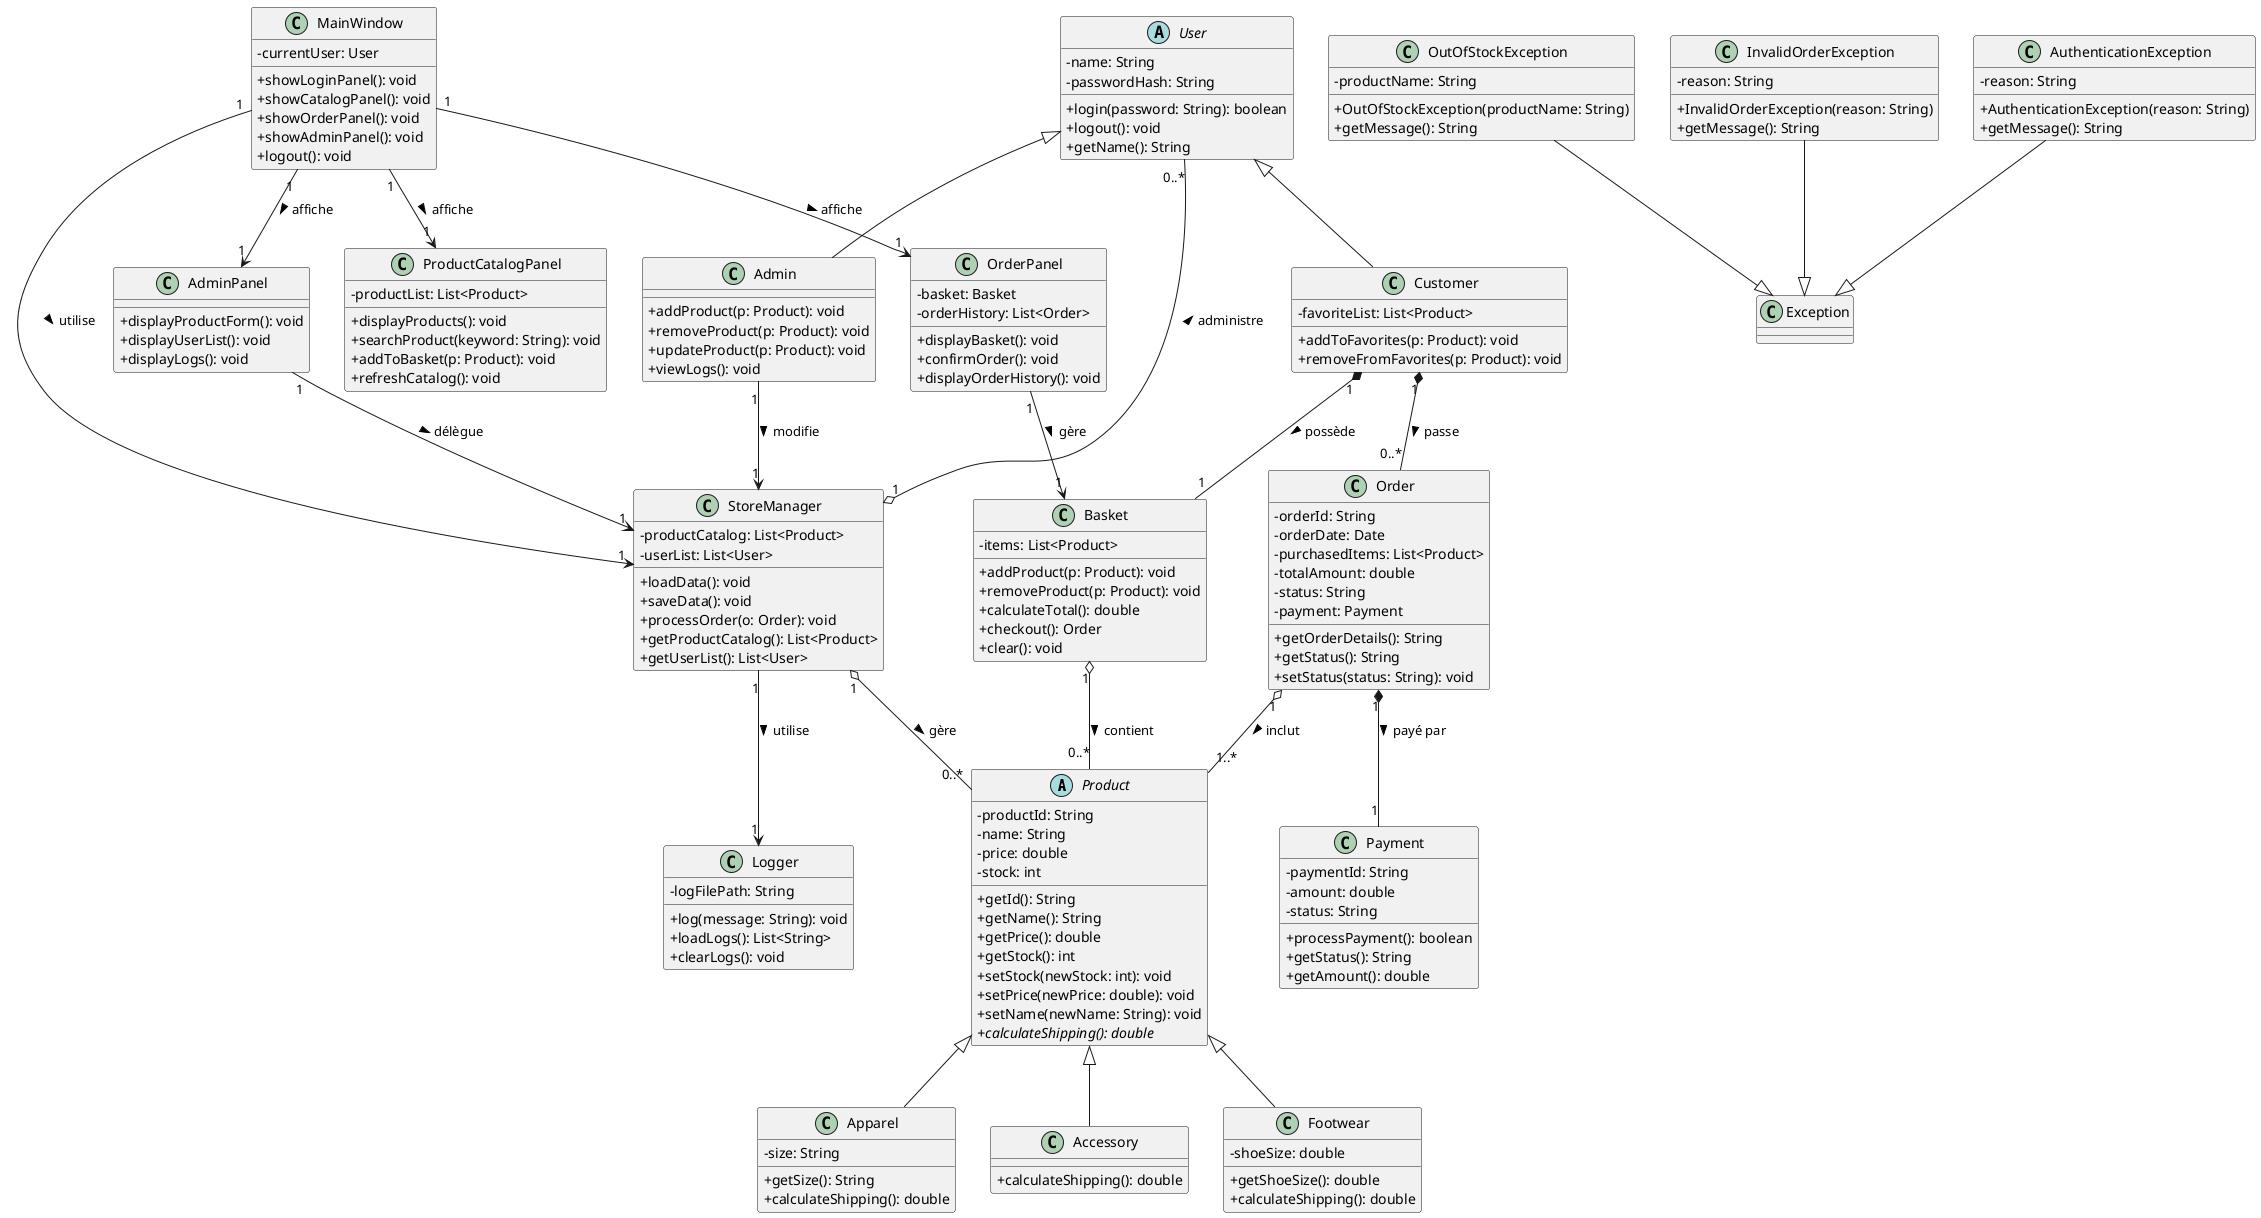
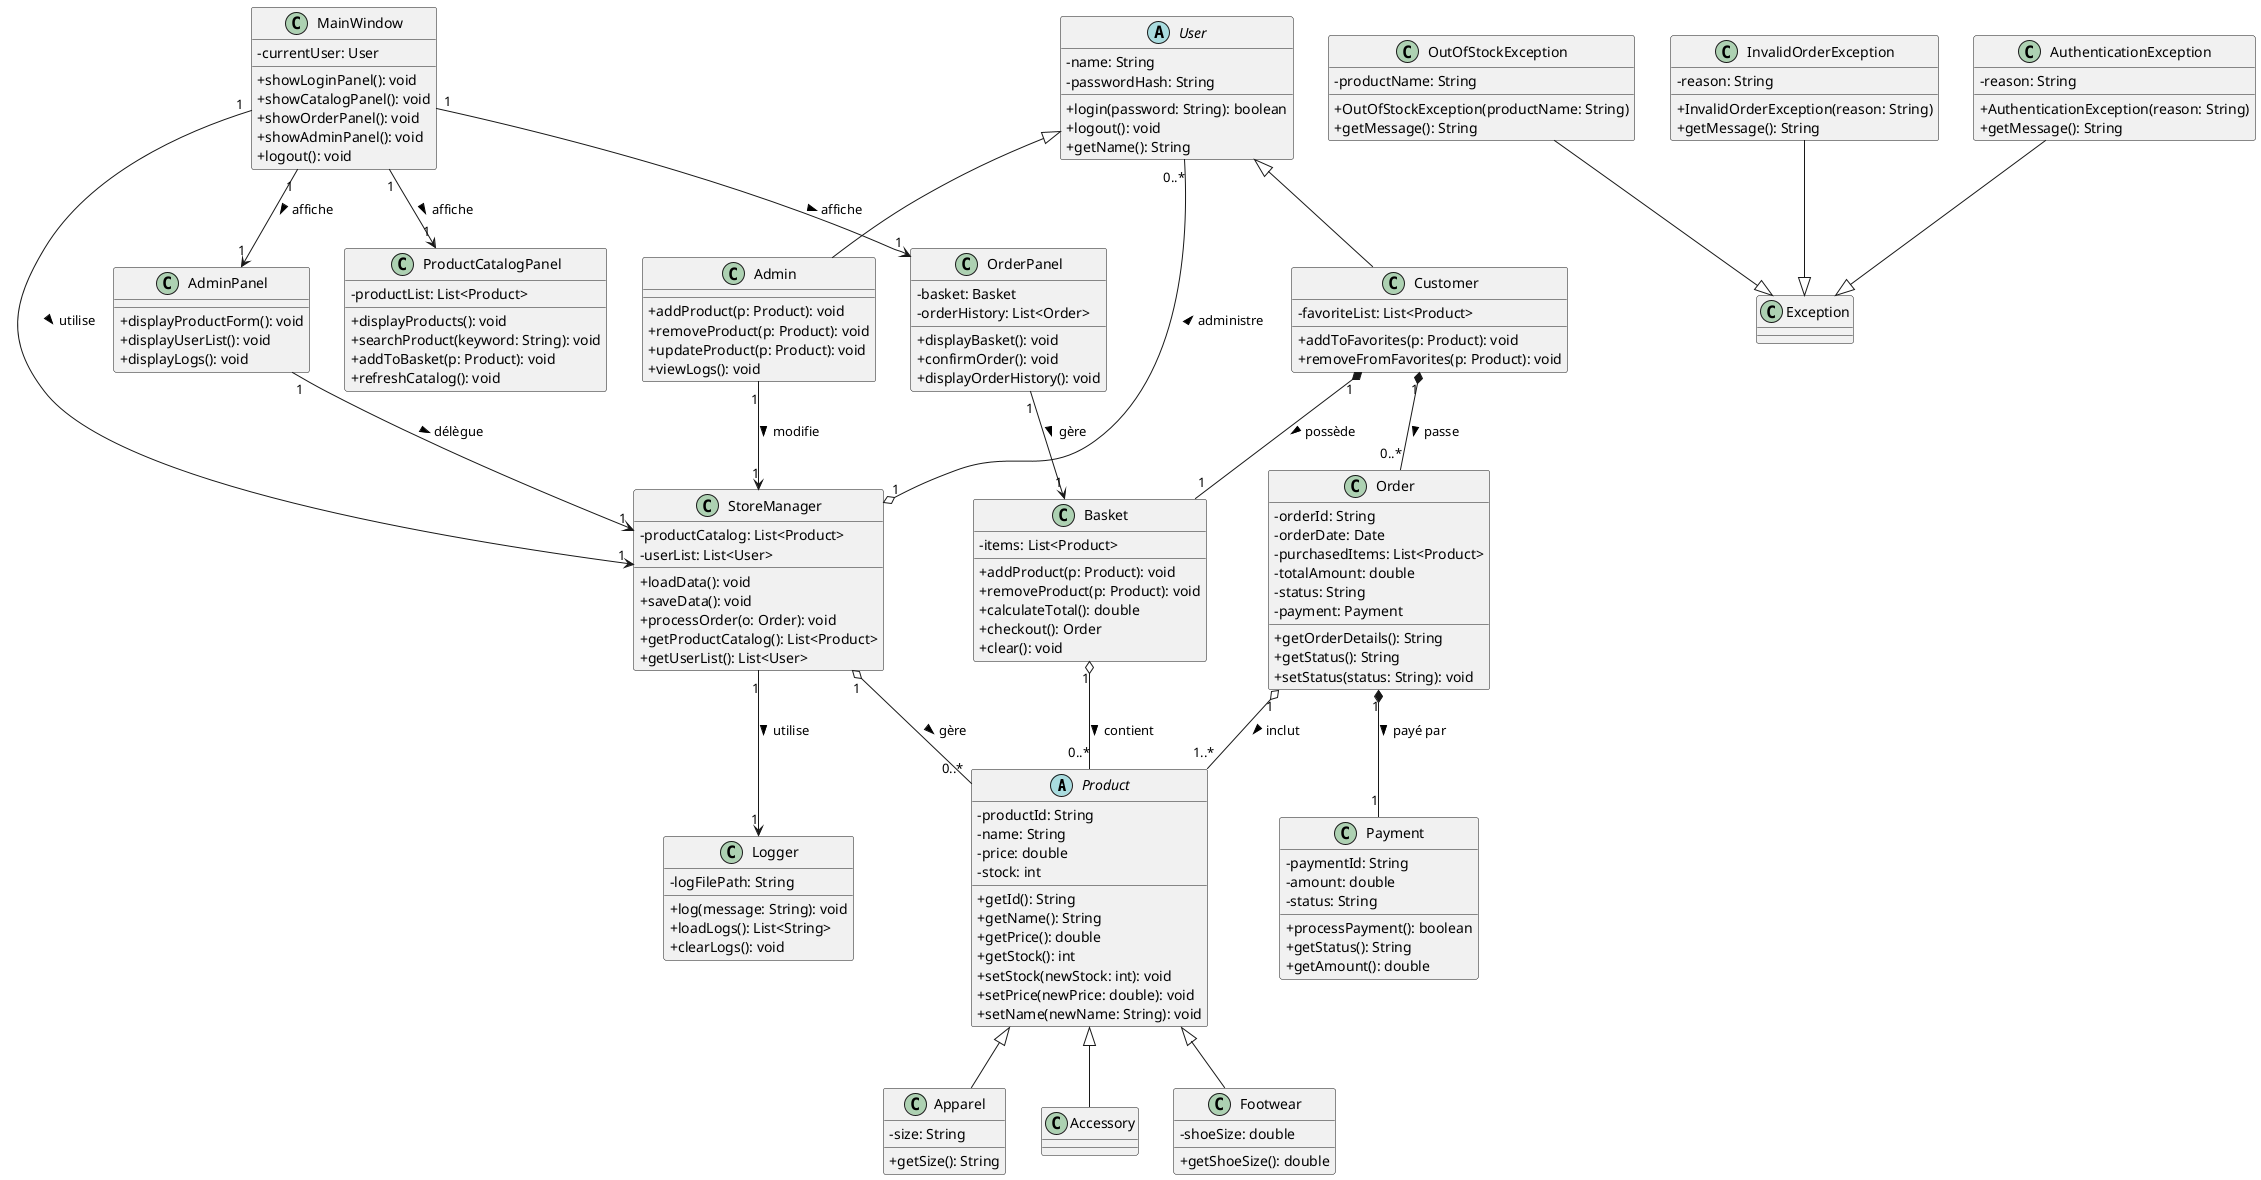
@startuml graph.puml
skinparam classAttributeIconSize 0

' --- ABSTRACT CLASS ---
abstract class Product {
    - productId: String
    - name: String
    - price: double
    - stock: int
    + getId(): String
    + getName(): String
    + getPrice(): double
    + getStock(): int
    + setStock(newStock: int): void
    + setPrice(newPrice: double): void
    + setName(newName: String): void
-     + {abstract} calculateShipping(): double
}

' --- PRODUCT SUBCLASSES ---
class Apparel {
    - size: String
    + getSize(): String
-     + calculateShipping(): double
}

class Accessory {
-     + calculateShipping(): double
}

class Footwear {
    - shoeSize: double
    + getShoeSize(): double
-     + calculateShipping(): double
}

Product <|-- Apparel
Product <|-- Accessory
Product <|-- Footwear

' --- USER HIERARCHY (abstract base) ---
abstract class User {
    - name: String
    - passwordHash: String
    + login(password: String): boolean
    + logout(): void
    + getName(): String
}

class Customer {
    - favoriteList: List<Product>
    + addToFavorites(p: Product): void
    + removeFromFavorites(p: Product): void
}

class Admin {
    + addProduct(p: Product): void
    + removeProduct(p: Product): void
    + updateProduct(p: Product): void
    + viewLogs(): void
}

User <|-- Customer
User <|-- Admin

' --- CART AND ORDER ---
class Basket {
    - items: List<Product>
    + addProduct(p: Product): void
    + removeProduct(p: Product): void
    + calculateTotal(): double
    + checkout(): Order
    + clear(): void
}

class Order {
    - orderId: String
    - orderDate: Date
    - purchasedItems: List<Product>
    - totalAmount: double
    - status: String
    - payment: Payment
    + getOrderDetails(): String
    + getStatus(): String
    + setStatus(status: String): void
}

' --- PAYMENT ---
class Payment {
    - paymentId: String
    - amount: double
    - status: String
    + processPayment(): boolean
    + getStatus(): String
    + getAmount(): double
}

' --- CONTROLLER ---
class StoreManager {
    - productCatalog: List<Product>
    - userList: List<User>
    + loadData(): void
    + saveData(): void
    + processOrder(o: Order): void
    + getProductCatalog(): List<Product>
    + getUserList(): List<User>
}

' --- FILE I/O & LOGGING ---
class Logger {
    - logFilePath: String
    + log(message: String): void
    + loadLogs(): List<String>
    + clearLogs(): void
}

' --- CUSTOM EXCEPTIONS ---
class OutOfStockException {
    - productName: String
    + OutOfStockException(productName: String)
    + getMessage(): String
}

class InvalidOrderException {
    - reason: String
    + InvalidOrderException(reason: String)
    + getMessage(): String
}

class AuthenticationException {
    - reason: String
    + AuthenticationException(reason: String)
    + getMessage(): String
}

OutOfStockException --|> Exception
InvalidOrderException --|> Exception
AuthenticationException --|> Exception

' --- GUI LAYER ---
class MainWindow {
    - currentUser: User
    + showLoginPanel(): void
    + showCatalogPanel(): void
    + showOrderPanel(): void
    + showAdminPanel(): void
    + logout(): void
}

class ProductCatalogPanel {
    - productList: List<Product>
    + displayProducts(): void
    + searchProduct(keyword: String): void
    + addToBasket(p: Product): void
    + refreshCatalog(): void
}

class OrderPanel {
    - basket: Basket
    - orderHistory: List<Order>
    + displayBasket(): void
    + confirmOrder(): void
    + displayOrderHistory(): void
}

class AdminPanel {
    + displayProductForm(): void
    + displayUserList(): void
    + displayLogs(): void
}

' --- RELATIONSHIPS ---
Customer "1" *-- "1" Basket          : possède >
Customer "1" *-- "0..*" Order        : passe >
Basket "1" o-- "0..*" Product        : contient >
Order "1" o-- "1..*" Product         : inclut >
Order "1" *-- "1" Payment            : payé par >
StoreManager "1" o-- "0..*" Product  : gère >
StoreManager "1" o-- "0..*" User     : administre >
Admin "1" --> "1" StoreManager       : modifie >
StoreManager "1" --> "1" Logger      : utilise >

MainWindow "1" --> "1" StoreManager       : utilise >
MainWindow "1" --> "1" ProductCatalogPanel : affiche >
MainWindow "1" --> "1" OrderPanel          : affiche >
MainWindow "1" --> "1" AdminPanel          : affiche >
AdminPanel "1" --> "1" StoreManager       : délègue >
OrderPanel "1" --> "1" Basket             : gère >

@enduml
